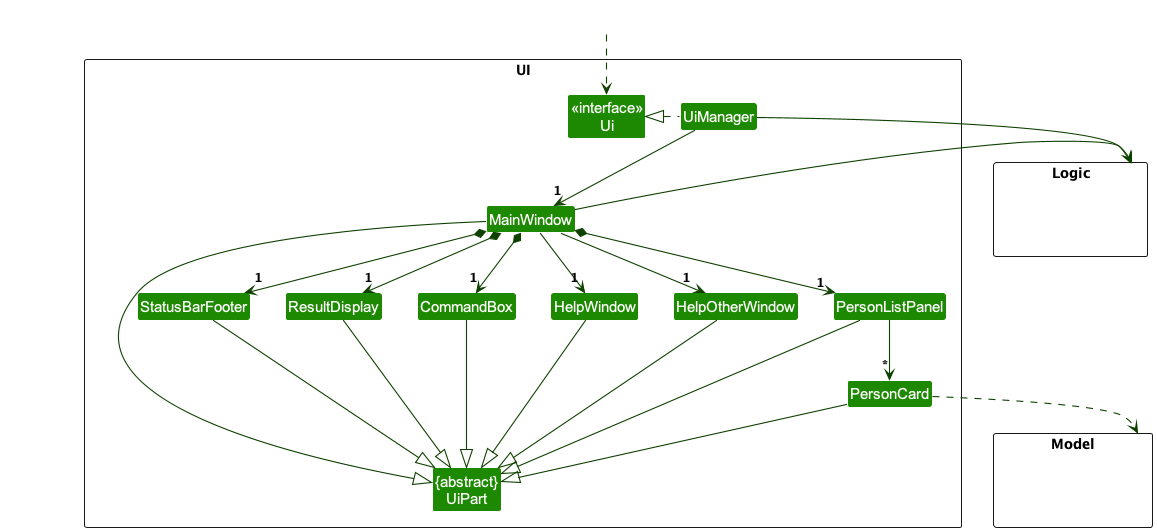
The PlantUML diagram docs/images/UiClassDiagram.png in yleeyilin/tp, before a commit. Source of this version:
```plantuml
@startuml
!include style.puml
skinparam arrowThickness 1.1
skinparam arrowColor UI_COLOR_T4
skinparam classBackgroundColor UI_COLOR

package UI <<Rectangle>>{
Class "<<interface>>\nUi" as Ui
Class "{abstract}\nUiPart" as UiPart
Class UiManager
Class MainWindow
Class HelpWindow
Class HelpOtherWindow
Class ResultDisplay
Class PersonListPanel
Class PersonCard
Class StatusBarFooter
Class CommandBox
}

package Model <<Rectangle>> {
Class HiddenModel #FFFFFF
}

package Logic <<Rectangle>> {
Class HiddenLogic #FFFFFF
}

Class HiddenOutside #FFFFFF
HiddenOutside ..> Ui

UiManager .left.|> Ui
UiManager -down-> "1" MainWindow
MainWindow *-down->  "1" CommandBox
MainWindow *-down-> "1" ResultDisplay
MainWindow *-down-> "1" PersonListPanel
MainWindow *-down-> "1" StatusBarFooter
MainWindow --> "1" HelpWindow
MainWindow --> "1" HelpOtherWindow

PersonListPanel -down-> "*" PersonCard

MainWindow -left-|> UiPart

ResultDisplay --|> UiPart
CommandBox --|> UiPart
PersonListPanel --|> UiPart
PersonCard --|> UiPart
StatusBarFooter --|> UiPart
HelpWindow --|> UiPart
HelpOtherWindow --|> UiPart

PersonCard ..> Model
UiManager -right-> Logic
MainWindow -left-> Logic

PersonListPanel -[hidden]left- HelpOtherWindow
HelpOtherWindow -[hidden]left- HelpWindow
HelpWindow -[hidden]left- CommandBox
CommandBox -[hidden]left- ResultDisplay
ResultDisplay -[hidden]left- StatusBarFooter

MainWindow -[hidden]-|> UiPart
@enduml
```
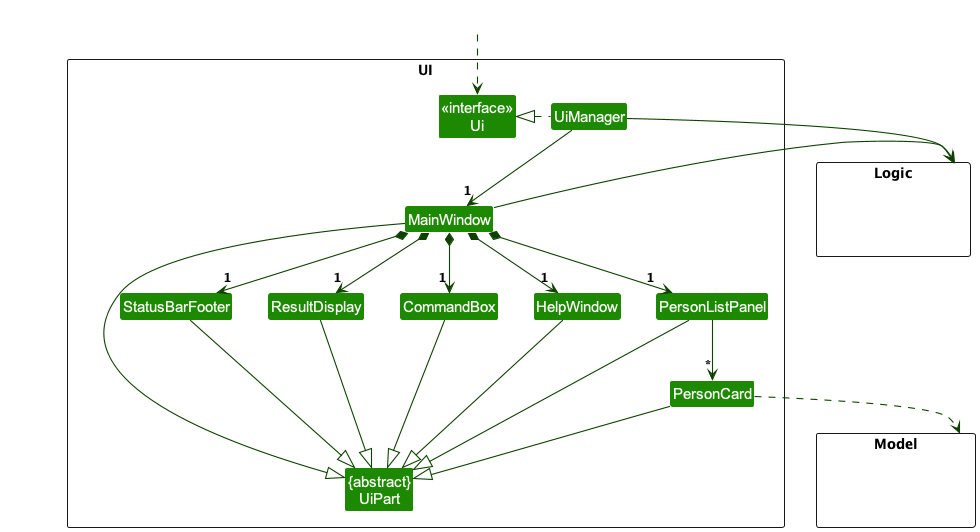
Above is the later version.

What changed in the source:
```diff
@@ -10,7 +10,6 @@
 Class UiManager
 Class MainWindow
 Class HelpWindow
-Class HelpOtherWindow
 Class ResultDisplay
 Class PersonListPanel
 Class PersonCard
@@ -35,8 +34,7 @@
 MainWindow *-down-> "1" ResultDisplay
 MainWindow *-down-> "1" PersonListPanel
 MainWindow *-down-> "1" StatusBarFooter
-MainWindow --> "1" HelpWindow
-MainWindow --> "1" HelpOtherWindow
+MainWindow *--> "1" HelpWindow
 
 PersonListPanel -down-> "*" PersonCard
 
@@ -48,14 +46,12 @@
 PersonCard --|> UiPart
 StatusBarFooter --|> UiPart
 HelpWindow --|> UiPart
-HelpOtherWindow --|> UiPart
 
 PersonCard ..> Model
 UiManager -right-> Logic
 MainWindow -left-> Logic
 
-PersonListPanel -[hidden]left- HelpOtherWindow
-HelpOtherWindow -[hidden]left- HelpWindow
+PersonListPanel -[hidden]left- HelpWindow
 HelpWindow -[hidden]left- CommandBox
 CommandBox -[hidden]left- ResultDisplay
 ResultDisplay -[hidden]left- StatusBarFooter
```
